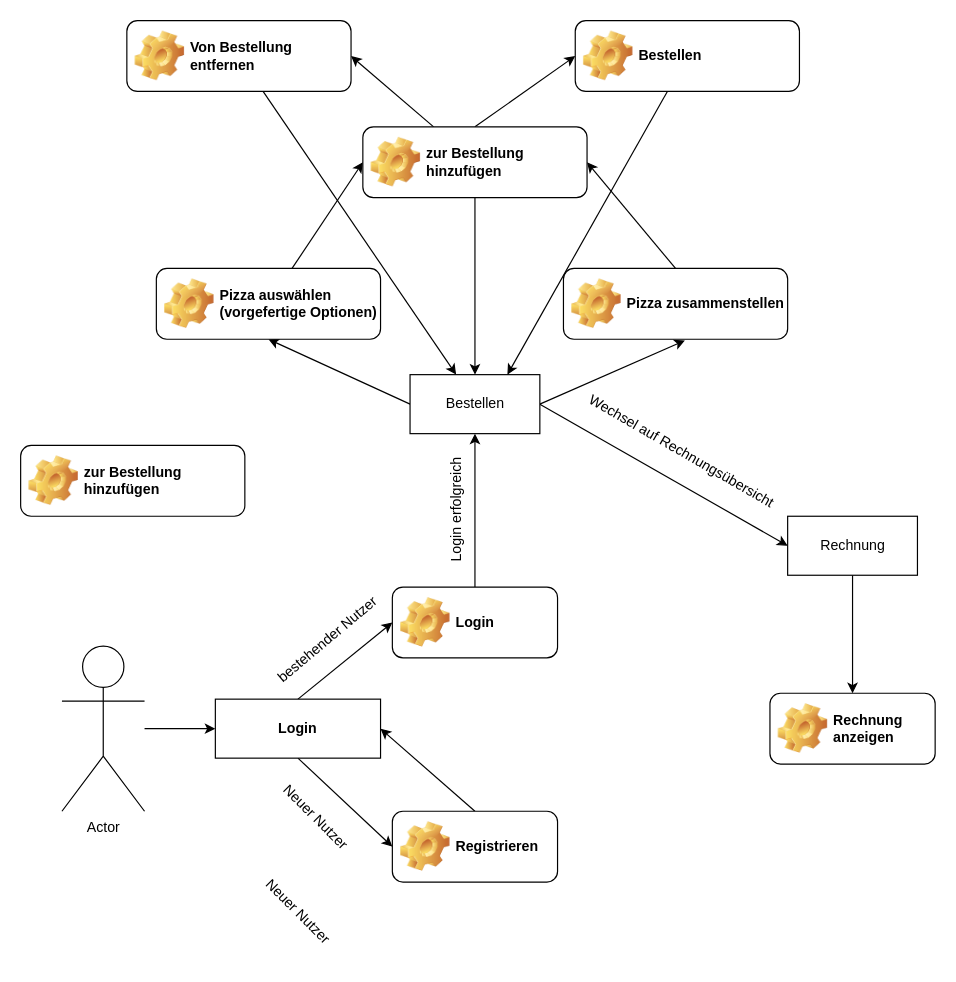
Before: Dokumentation & planning/Ablauf.drawio in Kaktussaft/Pizzaservice, a draw.io diagram. Source tidied: cells renumbered, new cells numbered last; positions are measured from the earlier drawing's top-left corner, leaving out a move shared by most shapes. Both pictures are drawn from the tidied source at 118%, with x=0, y=0 at pixel (20, 20).
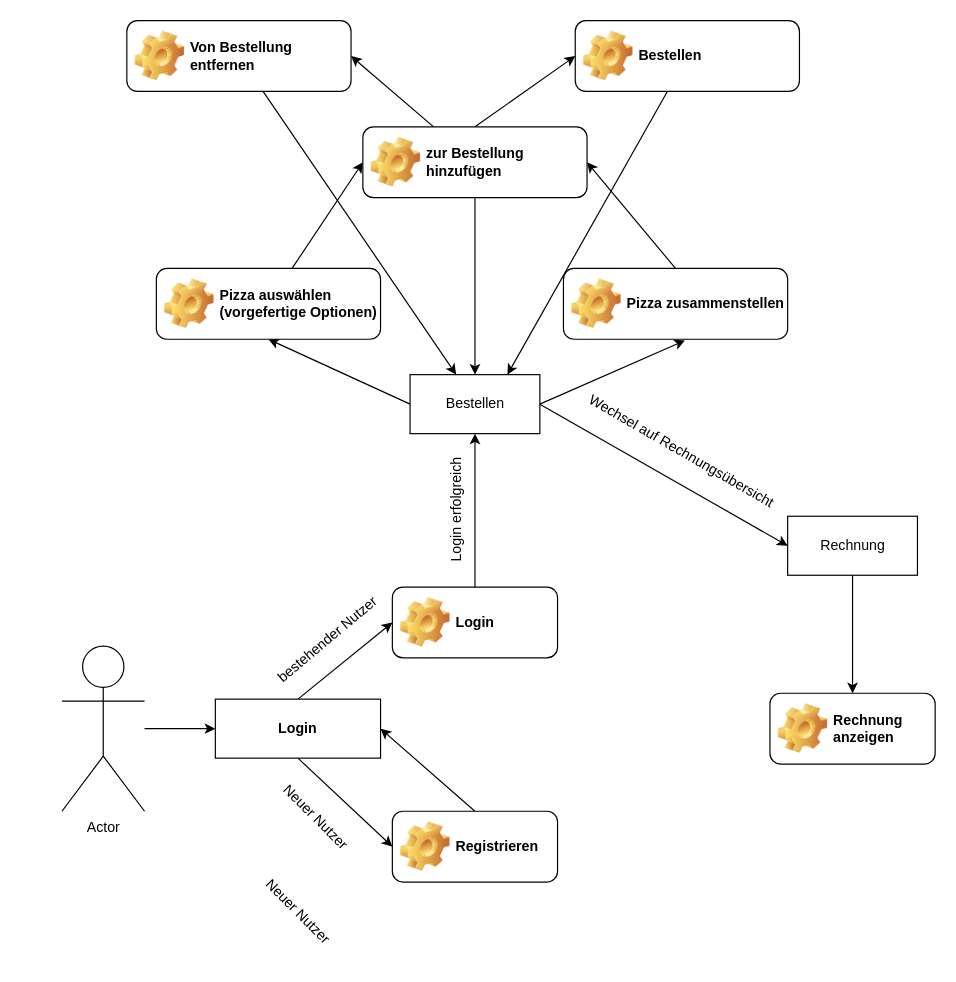
Above is the later version.

What changed in the source:
```diff
@@
-    <mxCell id="29" value="zur Bestellung hinzufügen" style="label;whiteSpace=wrap;html=1;image=img/clipart/Gear_128x128.png;" parent="1" vertex="1">
-      <mxGeometry y="360" width="190" height="60" as="geometry" />
-    </mxCell>
```
